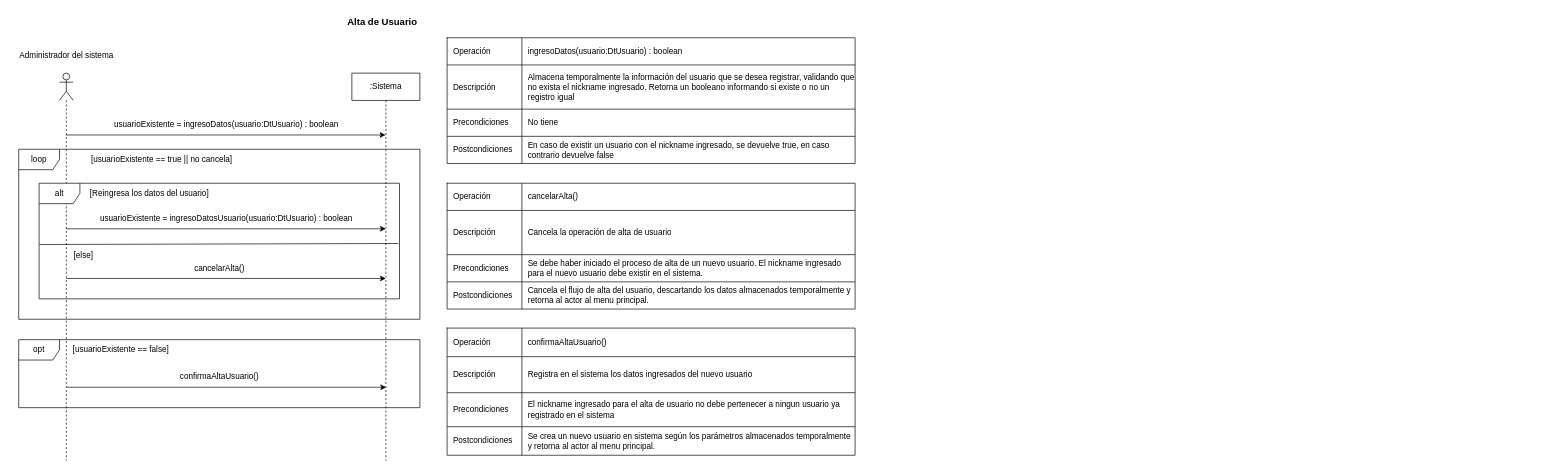
Earlier version of the draw.io diagram page "CU1_AltaUsuario" (2 of 12) of resources/Tarea1.drawio (rofernandezm/Tencnoinf_Pap2025_Tarea1). Source tidied: cells renumbered, new cells numbered last; positions are measured from the earlier drawing's top-left corner, leaving out a move shared by most shapes. Both pictures are drawn from the tidied source at 68%, with x=0, y=0 at pixel (12, 12).
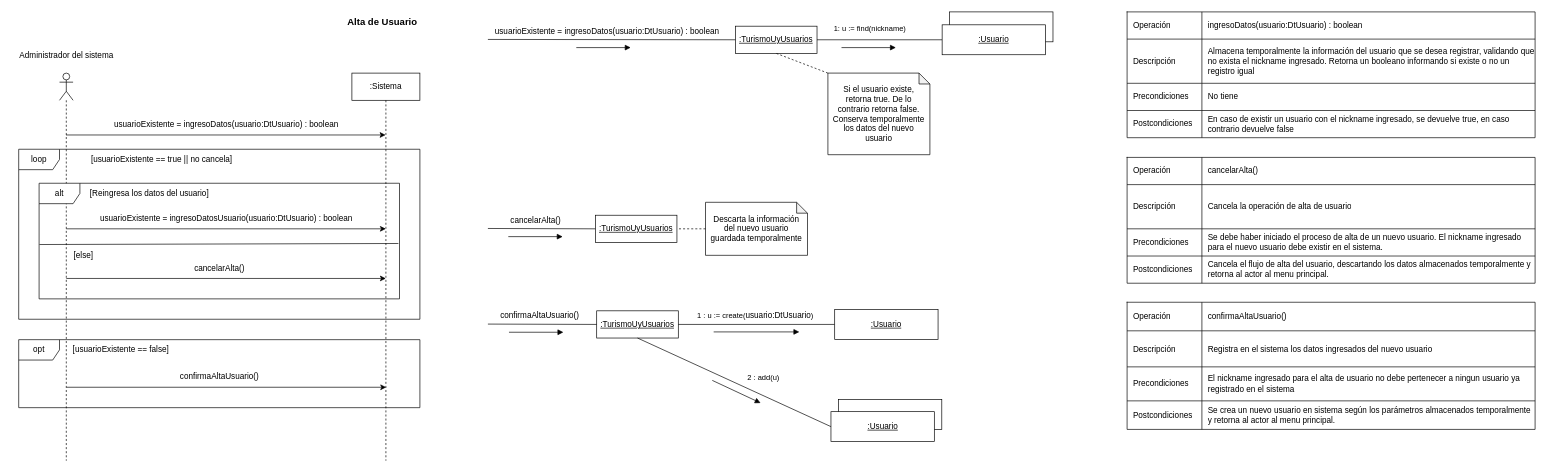
The same diagram, later.

The edit, as a diff of the source:
```diff
@@
     <mxCell id="22" style="shape=table;startSize=0;childLayout=tableLayout;" parent="1" vertex="1">
-      <mxGeometry x="640" y="38" width="600" height="185" as="geometry" />
+      <mxGeometry x="1640" width="600" height="185" as="geometry" />
     </mxCell>
@@
     <mxCell id="35" style="shape=table;startSize=0;childLayout=tableLayout;" parent="1" vertex="1">
-      <mxGeometry x="640" y="252" width="600" height="185" as="geometry" />
+      <mxGeometry x="1640" y="214" width="600" height="185" as="geometry" />
     </mxCell>
@@
     <mxCell id="48" style="shape=table;startSize=0;childLayout=tableLayout;" parent="1" vertex="1">
-      <mxGeometry x="640" y="465" width="600" height="187" as="geometry" />
+      <mxGeometry x="1640" y="427" width="600" height="187" as="geometry" />
     </mxCell>
@@
+    <mxCell id="61" style="group;" parent="1" vertex="1">
+      <mxGeometry x="700" y="280" width="470" height="78" as="geometry" />
+    </mxCell>
+    <mxCell id="62" value="cancelarAlta()" style="text;html=1;align=center;verticalAlign=middle;strokeColor=none;fillColor=none;" parent="61" vertex="1">
+      <mxGeometry x="20" y="11.5" width="100" height="30" as="geometry" />
+    </mxCell>
+    <mxCell id="63" value="&lt;u&gt;:TurismoUyUsuarios&lt;/u&gt;" style="html=1;whiteSpace=wrap;" parent="61" vertex="1">
+      <mxGeometry x="158" y="19" width="120" height="40" as="geometry" />
+    </mxCell>
+    <mxCell id="64" style="html=1;verticalAlign=bottom;labelBackgroundColor=none;endArrow=none;endFill=0;endSize=6;align=left;rounded=0;entryX=0;entryY=0.5;entryDx=0;entryDy=0;" parent="61" edge="1" target="63">
+      <mxGeometry x="-1" y="16" relative="1" as="geometry">
+        <mxPoint y="38.5" as="sourcePoint" />
+      </mxGeometry>
+    </mxCell>
+    <mxCell id="65" style="html=1;verticalAlign=bottom;labelBackgroundColor=none;endArrow=block;endFill=1;endSize=6;align=left;rounded=0;" parent="61" edge="1">
+      <mxGeometry x="-1" relative="1" as="geometry">
+        <mxPoint x="30" y="50.5" as="sourcePoint" />
+        <mxPoint x="110" y="50.5" as="targetPoint" />
+      </mxGeometry>
+    </mxCell>
+    <mxCell id="66" value="Descarta la información del nuevo usuario guardada temporalmente" style="shape=note;whiteSpace=wrap;html=1;backgroundOutline=1;darkOpacity=0.05;size=16;spacingLeft=2;spacingRight=2;align=center;" parent="61" vertex="1">
+      <mxGeometry x="320" width="150" height="78" as="geometry" />
+    </mxCell>
+    <mxCell id="67" style="endArrow=none;dashed=1;html=1;rounded=0;entryX=1;entryY=0.5;entryDx=0;entryDy=0;exitX=0;exitY=0.5;exitDx=0;exitDy=0;exitPerimeter=0;" parent="61" edge="1" source="66" target="63">
+      <mxGeometry relative="1" as="geometry" />
+    </mxCell>
+    <mxCell id="68" style="group;" parent="1" vertex="1">
+      <mxGeometry x="700" width="831" height="210" as="geometry" />
+    </mxCell>
+    <mxCell id="69" value="usuarioExistente = ingresoDatos(usuario:DtUsuario) : boolean" style="text;html=1;align=center;verticalAlign=middle;strokeColor=none;fillColor=none;" parent="68" vertex="1">
+      <mxGeometry y="13.5" width="350" height="30" as="geometry" />
+    </mxCell>
+    <mxCell id="70" value="&lt;u&gt;:TurismoUyUsuarios&lt;/u&gt;" style="html=1;whiteSpace=wrap;" parent="68" vertex="1">
+      <mxGeometry x="364" y="21" width="120" height="40" as="geometry" />
+    </mxCell>
+    <mxCell id="71" style="html=1;verticalAlign=bottom;labelBackgroundColor=none;endArrow=none;endFill=0;endSize=6;align=left;rounded=0;entryX=0;entryY=0.5;entryDx=0;entryDy=0;" parent="68" edge="1" target="70">
+      <mxGeometry x="-1" y="16" relative="1" as="geometry">
+        <mxPoint y="40.5" as="sourcePoint" />
+      </mxGeometry>
+    </mxCell>
+    <mxCell id="72" style="html=1;verticalAlign=bottom;labelBackgroundColor=none;endArrow=block;endFill=1;endSize=6;align=left;rounded=0;" parent="68" edge="1">
+      <mxGeometry x="-1" relative="1" as="geometry">
+        <mxPoint x="130" y="52.5" as="sourcePoint" />
+        <mxPoint x="210" y="52.5" as="targetPoint" />
+      </mxGeometry>
+    </mxCell>
+    <mxCell id="73" value="1: u := find(nickname)" style="html=1;verticalAlign=bottom;labelBackgroundColor=none;endArrow=none;endFill=0;endSize=6;align=left;rounded=0;exitX=1;exitY=0.5;exitDx=0;exitDy=0;entryX=0;entryY=0.5;entryDx=0;entryDy=0;" parent="68" edge="1" source="70" target="76">
+      <mxGeometry x="-0.75" y="8" relative="1" as="geometry">
+        <mxPoint y="1" as="offset" />
+      </mxGeometry>
+    </mxCell>
+    <mxCell id="74" style="html=1;verticalAlign=bottom;labelBackgroundColor=none;endArrow=block;endFill=1;endSize=6;align=left;rounded=0;" parent="68" edge="1">
+      <mxGeometry x="-1" relative="1" as="geometry">
+        <mxPoint x="520" y="52.5" as="sourcePoint" />
+        <mxPoint x="600" y="52.5" as="targetPoint" />
+      </mxGeometry>
+    </mxCell>
+    <mxCell id="75" style="html=1;whiteSpace=wrap;" parent="68" vertex="1">
+      <mxGeometry x="679" width="152" height="44" as="geometry" />
+    </mxCell>
+    <mxCell id="76" value="&lt;div&gt;&lt;u&gt;:Usuario&lt;/u&gt;&lt;/div&gt;" style="html=1;whiteSpace=wrap;" parent="68" vertex="1">
+      <mxGeometry x="668" y="19" width="152" height="44" as="geometry" />
+    </mxCell>
+    <mxCell id="77" value="Si el usuario existe, retorna true. De lo contrario retorna false. Conserva temporalmente los datos del nuevo usuario" style="shape=note;whiteSpace=wrap;html=1;backgroundOutline=1;darkOpacity=0.05;size=16;spacingLeft=2;spacingRight=2;align=center;" parent="68" vertex="1">
+      <mxGeometry x="500" y="90" width="150" height="120" as="geometry" />
+    </mxCell>
+    <mxCell id="78" style="endArrow=none;dashed=1;html=1;rounded=0;entryX=0.5;entryY=1;entryDx=0;entryDy=0;exitX=0;exitY=0;exitDx=0;exitDy=0;exitPerimeter=0;" parent="68" edge="1" source="77" target="70">
+      <mxGeometry relative="1" as="geometry" />
+    </mxCell>
+    <mxCell id="79" style="group;" parent="1" vertex="1">
+      <mxGeometry x="700" y="432.1" width="667.5" height="199.8" as="geometry" />
+    </mxCell>
+    <mxCell id="80" value="confirmaAltaUsuario()" style="text;html=1;align=center;verticalAlign=middle;strokeColor=none;fillColor=none;" parent="79" vertex="1">
+      <mxGeometry x="6" width="140" height="30" as="geometry" />
+    </mxCell>
+    <mxCell id="81" value="&lt;u&gt;:TurismoUyUsuarios&lt;/u&gt;" style="html=1;whiteSpace=wrap;" parent="79" vertex="1">
+      <mxGeometry x="160" y="7.5" width="120" height="40" as="geometry" />
+    </mxCell>
+    <mxCell id="82" style="html=1;verticalAlign=bottom;labelBackgroundColor=none;endArrow=none;endFill=0;endSize=6;align=left;rounded=0;entryX=0;entryY=0.5;entryDx=0;entryDy=0;" parent="79" edge="1" target="81">
+      <mxGeometry x="-1" y="16" relative="1" as="geometry">
+        <mxPoint y="27" as="sourcePoint" />
+      </mxGeometry>
+    </mxCell>
+    <mxCell id="83" style="html=1;verticalAlign=bottom;labelBackgroundColor=none;endArrow=block;endFill=1;endSize=6;align=left;rounded=0;" parent="79" edge="1">
+      <mxGeometry x="-1" relative="1" as="geometry">
+        <mxPoint x="31" y="39" as="sourcePoint" />
+        <mxPoint x="111" y="39" as="targetPoint" />
+      </mxGeometry>
+    </mxCell>
+    <mxCell id="84" style="html=1;verticalAlign=bottom;labelBackgroundColor=none;endArrow=none;endFill=0;endSize=6;align=left;rounded=0;entryX=0;entryY=0.5;entryDx=0;entryDy=0;exitX=1;exitY=0.5;exitDx=0;exitDy=0;" parent="79" edge="1" source="81" target="86">
+      <mxGeometry x="-1" y="50" relative="1" as="geometry">
+        <mxPoint x="-29" y="9" as="offset" />
+      </mxGeometry>
+    </mxCell>
+    <mxCell id="85" style="html=1;verticalAlign=bottom;labelBackgroundColor=none;endArrow=block;endFill=1;endSize=6;align=left;rounded=0;entryX=0;entryY=0.25;entryDx=0;entryDy=0;" parent="79" edge="1">
+      <mxGeometry x="-1" relative="1" as="geometry">
+        <mxPoint x="332" y="38.5" as="sourcePoint" />
+        <mxPoint x="458" y="38.5" as="targetPoint" />
+      </mxGeometry>
+    </mxCell>
+    <mxCell id="86" value="&lt;div&gt;&lt;u&gt;:&lt;/u&gt;&lt;u style=&quot;background-color: transparent; color: light-dark(rgb(0, 0, 0), rgb(255, 255, 255));&quot;&gt;Usuario&lt;/u&gt;&lt;/div&gt;" style="html=1;whiteSpace=wrap;" parent="79" vertex="1">
+      <mxGeometry x="510" y="5.5" width="152" height="44" as="geometry" />
+    </mxCell>
+    <mxCell id="87" value="&lt;div style=&quot;text-align: left;&quot;&gt;&lt;span style=&quot;font-size: 11px; text-wrap-mode: nowrap;&quot;&gt;1 : u := create(&lt;/span&gt;&lt;span style=&quot;text-align: center; text-wrap-mode: nowrap;&quot;&gt;usuario:DtUsuario&lt;/span&gt;&lt;span style=&quot;font-size: 11px; text-wrap-mode: nowrap;&quot;&gt;)&amp;nbsp;&lt;/span&gt;&lt;/div&gt;" style="text;html=1;align=center;verticalAlign=middle;whiteSpace=wrap;rounded=0;" parent="79" vertex="1">
+      <mxGeometry x="319" width="152" height="30" as="geometry" />
+    </mxCell>
+    <mxCell id="88" style="endArrow=none;html=1;rounded=0;exitX=0;exitY=0.5;exitDx=0;exitDy=0;entryX=0.5;entryY=1;entryDx=0;entryDy=0;" parent="79" edge="1" source="93" target="81">
+      <mxGeometry relative="1" as="geometry" />
+    </mxCell>
+    <mxCell id="89" value="&lt;span style=&quot;font-size: 11px; text-wrap-mode: nowrap;&quot;&gt;2 : add(u)&lt;/span&gt;" style="text;whiteSpace=wrap;html=1;" parent="79" vertex="1">
+      <mxGeometry x="380" y="91.8" width="64.5" height="30" as="geometry" />
+    </mxCell>
+    <mxCell id="90" style="html=1;verticalAlign=bottom;labelBackgroundColor=none;endArrow=block;endFill=1;endSize=6;align=left;rounded=0;" parent="79" edge="1">
+      <mxGeometry x="-1" relative="1" as="geometry">
+        <mxPoint x="330" y="109.8" as="sourcePoint" />
+        <mxPoint x="401" y="143" as="targetPoint" />
+      </mxGeometry>
+    </mxCell>
+    <mxCell id="91" style="group;" parent="79" vertex="1">
+      <mxGeometry x="504.5" y="137.8" width="163" height="62" as="geometry" />
+    </mxCell>
+    <mxCell id="92" style="html=1;whiteSpace=wrap;" parent="91" vertex="1">
+      <mxGeometry x="11" width="152" height="44" as="geometry" />
+    </mxCell>
+    <mxCell id="93" value="&lt;div&gt;&lt;u&gt;:Usuario&lt;/u&gt;&lt;/div&gt;" style="html=1;whiteSpace=wrap;" parent="91" vertex="1">
+      <mxGeometry y="18" width="152" height="44" as="geometry" />
+    </mxCell>
```
